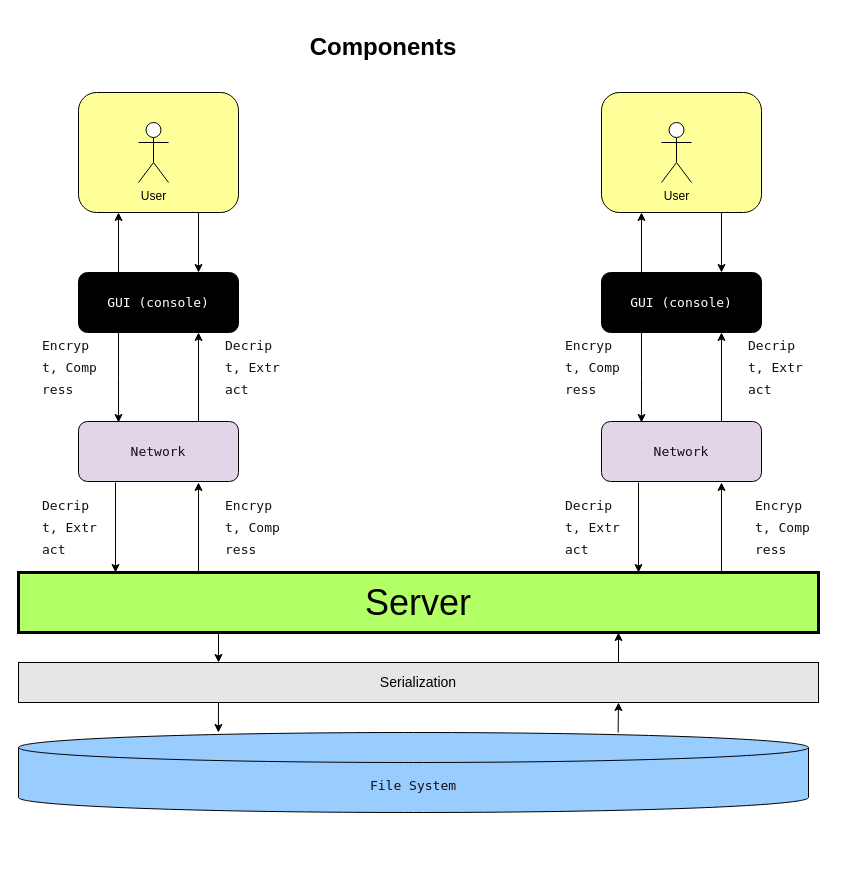
The draw.io diagram Documentation/Components.drawio in CheskisVladimir/MessengerV, before the edit. Source tidied: cells renumbered, new cells numbered last; positions are measured from the earlier drawing's top-left corner, leaving out a move shared by most shapes. Both pictures are drawn from the tidied source at 100%, with x=0, y=0 at pixel (18, 32).
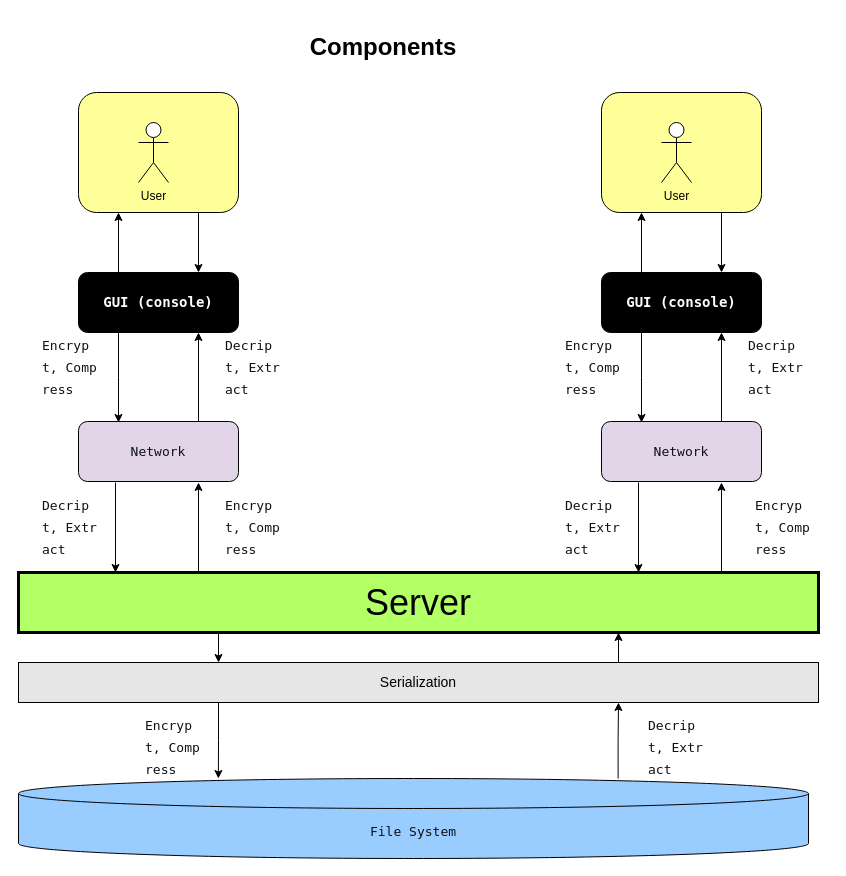
Above is the later version.

The edit, as a diff of the source:
```diff
@@
-    <mxCell id="8" value="&lt;pre style=&quot;font-variant-numeric: normal; font-variant-east-asian: normal; font-variant-alternates: normal; font-size-adjust: none; font-kerning: auto; font-optical-sizing: auto; font-feature-settings: normal; font-variation-settings: normal; font-variant-position: normal; font-variant-emoji: normal; font-stretch: normal; font-size: 13px; line-height: 22px; font-family: Menlo, Monaco, Consolas, &amp;quot;Cascadia Mono&amp;quot;, &amp;quot;Ubuntu Mono&amp;quot;, &amp;quot;DejaVu Sans Mono&amp;quot;, &amp;quot;Liberation Mono&amp;quot;, &amp;quot;JetBrains Mono&amp;quot;, &amp;quot;Fira Code&amp;quot;, Cousine, &amp;quot;Roboto Mono&amp;quot;, &amp;quot;Courier New&amp;quot;, Courier, sans-serif, system-ui; overflow: auto; text-wrap-mode: wrap; word-break: break-all; padding: 16px; text-align: start; margin: 0px !important;&quot;&gt;&lt;font style=&quot;color: rgb(255, 255, 255);&quot;&gt;GUI (console)&lt;/font&gt;&lt;/pre&gt;" style="rounded=1;whiteSpace=wrap;html=1;fillColor=#000000;" parent="1" vertex="1">
+    <mxCell id="8" value="&lt;pre style=&quot;font-variant-numeric: normal; font-variant-east-asian: normal; font-variant-alternates: normal; font-size-adjust: none; font-kerning: auto; font-optical-sizing: auto; font-feature-settings: normal; font-variation-settings: normal; font-variant-position: normal; font-variant-emoji: normal; font-stretch: normal; line-height: 22px; font-family: Menlo, Monaco, Consolas, &amp;quot;Cascadia Mono&amp;quot;, &amp;quot;Ubuntu Mono&amp;quot;, &amp;quot;DejaVu Sans Mono&amp;quot;, &amp;quot;Liberation Mono&amp;quot;, &amp;quot;JetBrains Mono&amp;quot;, &amp;quot;Fira Code&amp;quot;, Cousine, &amp;quot;Roboto Mono&amp;quot;, &amp;quot;Courier New&amp;quot;, Courier, sans-serif, system-ui; overflow: auto; text-wrap-mode: wrap; word-break: break-all; padding: 16px; text-align: start; margin: 0px !important;&quot;&gt;&lt;font style=&quot;color: rgb(255, 255, 255); font-size: 14px;&quot;&gt;&lt;b style=&quot;&quot;&gt;GUI (console)&lt;/b&gt;&lt;/font&gt;&lt;/pre&gt;" style="rounded=1;whiteSpace=wrap;html=1;fillColor=#000000;" parent="1" vertex="1">
       <mxGeometry x="60" y="240" width="160" height="60" as="geometry" />
     </mxCell>
@@
-    <mxCell id="21" value="&lt;pre style=&quot;font-variant-numeric: normal; font-variant-east-asian: normal; font-variant-alternates: normal; font-size-adjust: none; font-kerning: auto; font-optical-sizing: auto; font-feature-settings: normal; font-variation-settings: normal; font-variant-position: normal; font-variant-emoji: normal; font-stretch: normal; font-size: 13px; line-height: 22px; font-family: Menlo, Monaco, Consolas, &amp;quot;Cascadia Mono&amp;quot;, &amp;quot;Ubuntu Mono&amp;quot;, &amp;quot;DejaVu Sans Mono&amp;quot;, &amp;quot;Liberation Mono&amp;quot;, &amp;quot;JetBrains Mono&amp;quot;, &amp;quot;Fira Code&amp;quot;, Cousine, &amp;quot;Roboto Mono&amp;quot;, &amp;quot;Courier New&amp;quot;, Courier, sans-serif, system-ui; overflow: auto; text-wrap-mode: wrap; word-break: break-all; padding: 16px; text-align: start; margin: 0px !important;&quot;&gt;&lt;font style=&quot;color: rgb(255, 255, 255);&quot;&gt;GUI (console)&lt;/font&gt;&lt;/pre&gt;" style="rounded=1;whiteSpace=wrap;html=1;fillColor=#000000;" parent="1" vertex="1">
+    <mxCell id="21" value="&lt;pre style=&quot;font-variant-numeric: normal; font-variant-east-asian: normal; font-variant-alternates: normal; font-size-adjust: none; font-kerning: auto; font-optical-sizing: auto; font-feature-settings: normal; font-variation-settings: normal; font-variant-position: normal; font-variant-emoji: normal; font-stretch: normal; line-height: 22px; font-family: Menlo, Monaco, Consolas, &amp;quot;Cascadia Mono&amp;quot;, &amp;quot;Ubuntu Mono&amp;quot;, &amp;quot;DejaVu Sans Mono&amp;quot;, &amp;quot;Liberation Mono&amp;quot;, &amp;quot;JetBrains Mono&amp;quot;, &amp;quot;Fira Code&amp;quot;, Cousine, &amp;quot;Roboto Mono&amp;quot;, &amp;quot;Courier New&amp;quot;, Courier, sans-serif, system-ui; overflow: auto; text-wrap-mode: wrap; word-break: break-all; padding: 16px; text-align: start; margin: 0px !important;&quot;&gt;&lt;font style=&quot;color: rgb(255, 255, 255); font-size: 14px;&quot;&gt;&lt;b style=&quot;&quot;&gt;GUI (console)&lt;/b&gt;&lt;/font&gt;&lt;/pre&gt;" style="rounded=1;whiteSpace=wrap;html=1;fillColor=#000000;" parent="1" vertex="1">
       <mxGeometry x="583" y="240" width="160" height="60" as="geometry" />
     </mxCell>
@@
     <mxCell id="33" value="&lt;pre style=&quot;font-variant-numeric: normal; font-variant-east-asian: normal; font-variant-alternates: normal; font-size-adjust: none; font-kerning: auto; font-optical-sizing: auto; font-feature-settings: normal; font-variation-settings: normal; font-variant-position: normal; font-variant-emoji: normal; font-stretch: normal; font-size: 13px; line-height: 22px; font-family: Menlo, Monaco, Consolas, &amp;quot;Cascadia Mono&amp;quot;, &amp;quot;Ubuntu Mono&amp;quot;, &amp;quot;DejaVu Sans Mono&amp;quot;, &amp;quot;Liberation Mono&amp;quot;, &amp;quot;JetBrains Mono&amp;quot;, &amp;quot;Fira Code&amp;quot;, Cousine, &amp;quot;Roboto Mono&amp;quot;, &amp;quot;Courier New&amp;quot;, Courier, sans-serif, system-ui; overflow: auto; text-wrap-mode: wrap; word-break: break-all; padding: 16px; color: rgb(15, 17, 21); text-align: start; margin: 0px !important;&quot;&gt;File System&lt;/pre&gt;" style="shape=cylinder3;whiteSpace=wrap;html=1;boundedLbl=1;backgroundOutline=1;size=15;fillColor=#99CCFF;" parent="1" vertex="1">
-      <mxGeometry y="700" width="790" height="80" as="geometry" />
+      <mxGeometry y="746" width="790" height="80" as="geometry" />
     </mxCell>
@@
+    <mxCell id="38" value="&lt;pre style=&quot;font-variant-numeric: normal; font-variant-east-asian: normal; font-variant-alternates: normal; font-size-adjust: none; font-kerning: auto; font-optical-sizing: auto; font-feature-settings: normal; font-variation-settings: normal; font-variant-position: normal; font-variant-emoji: normal; font-stretch: normal; font-size: 13px; line-height: 22px; font-family: Menlo, Monaco, Consolas, &amp;quot;Cascadia Mono&amp;quot;, &amp;quot;Ubuntu Mono&amp;quot;, &amp;quot;DejaVu Sans Mono&amp;quot;, &amp;quot;Liberation Mono&amp;quot;, &amp;quot;JetBrains Mono&amp;quot;, &amp;quot;Fira Code&amp;quot;, Cousine, &amp;quot;Roboto Mono&amp;quot;, &amp;quot;Courier New&amp;quot;, Courier, sans-serif, system-ui; overflow: auto; text-wrap-mode: wrap; word-break: break-all; padding: 16px; color: rgb(15, 17, 21); text-align: start; margin: 0px !important;&quot;&gt;Encrypt, Compress&lt;/pre&gt;" style="text;html=1;whiteSpace=wrap;strokeColor=none;fillColor=none;align=center;verticalAlign=middle;rounded=0;" parent="1" vertex="1">
+      <mxGeometry x="110" y="700" width="90" height="30" as="geometry" />
+    </mxCell>
+    <mxCell id="39" value="&lt;pre style=&quot;font-variant-numeric: normal; font-variant-east-asian: normal; font-variant-alternates: normal; font-size-adjust: none; font-kerning: auto; font-optical-sizing: auto; font-feature-settings: normal; font-variation-settings: normal; font-variant-position: normal; font-variant-emoji: normal; font-stretch: normal; font-size: 13px; line-height: 22px; font-family: Menlo, Monaco, Consolas, &amp;quot;Cascadia Mono&amp;quot;, &amp;quot;Ubuntu Mono&amp;quot;, &amp;quot;DejaVu Sans Mono&amp;quot;, &amp;quot;Liberation Mono&amp;quot;, &amp;quot;JetBrains Mono&amp;quot;, &amp;quot;Fira Code&amp;quot;, Cousine, &amp;quot;Roboto Mono&amp;quot;, &amp;quot;Courier New&amp;quot;, Courier, sans-serif, system-ui; overflow: auto; text-wrap-mode: wrap; word-break: break-all; padding: 16px; color: rgb(15, 17, 21); text-align: start; margin: 0px !important;&quot;&gt;Decript, Extract&lt;/pre&gt;" style="text;html=1;whiteSpace=wrap;strokeColor=none;fillColor=none;align=center;verticalAlign=middle;rounded=0;" parent="1" vertex="1">
+      <mxGeometry x="613" y="700" width="90" height="30" as="geometry" />
+    </mxCell>
```
